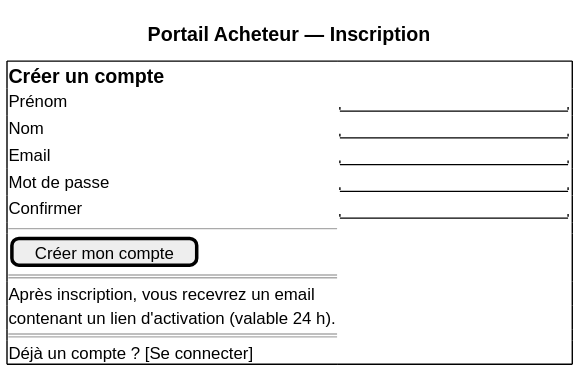
Before: architecture/04-physical-architecture/diagrams/ihm-pa-inscription.svg, a diagram exported from PlantUML (louistalvande/online_shop).
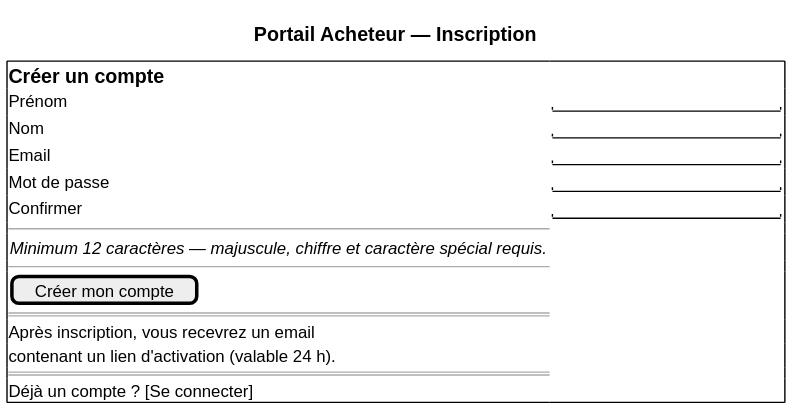
The same diagram one commit later.

What changed in the source:
```diff
@@ -9,6 +9,10 @@
   Mot de passe    | "                    "
   Confirmer       | "                    "
   --
+  {
+    <i>Minimum 12 caractères — majuscule, chiffre et caractère spécial requis.
+  }
+  --
   [Créer mon compte]
   ==
   Après inscription, vous recevrez un email
```
